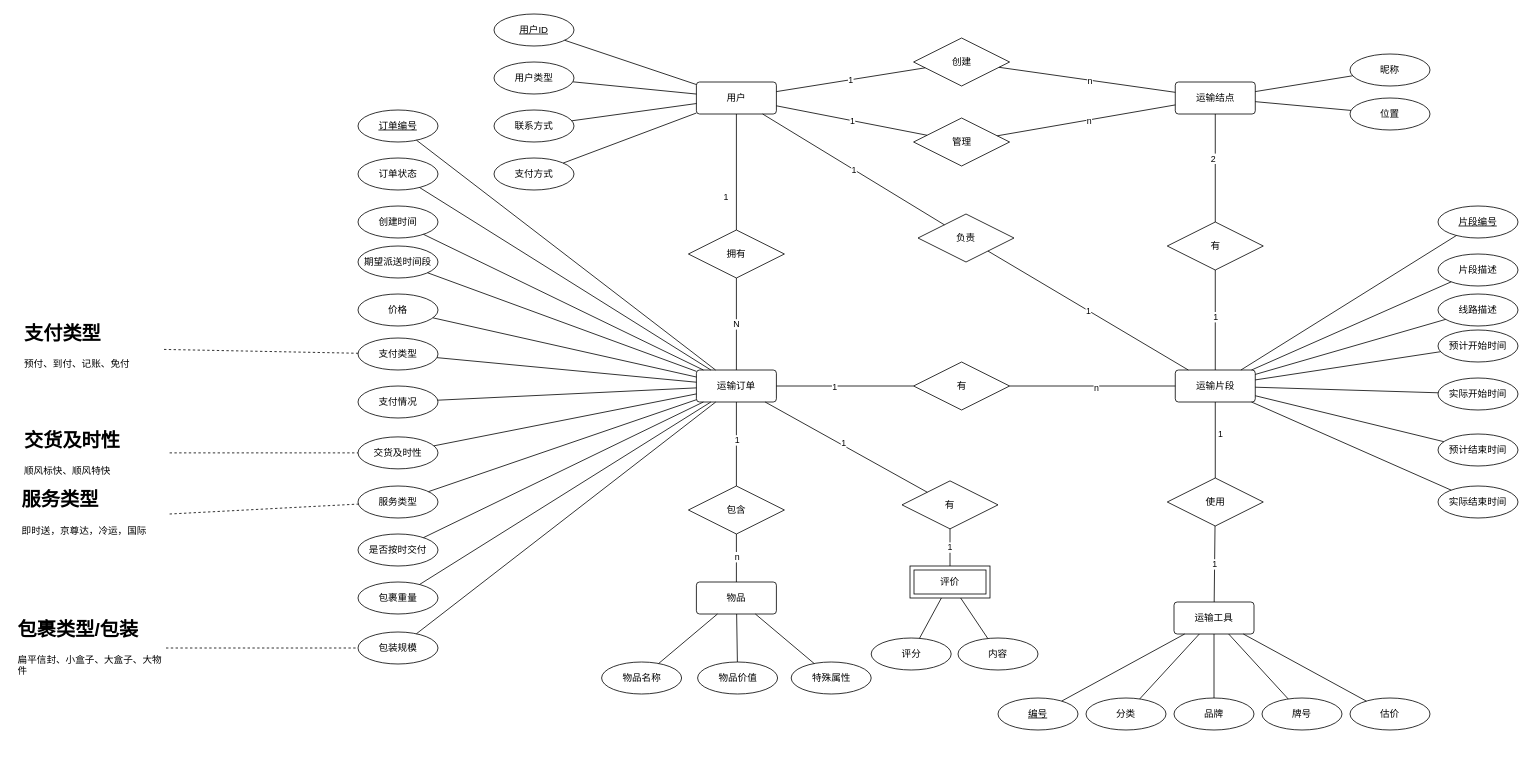
Above: doc/快递模型.drawio in loli0con/express (draw.io), before the change. Source tidied: cells renumbered, new cells numbered last; positions are measured from the earlier drawing's top-left corner, leaving out a move shared by most shapes. Both pictures are drawn from the tidied source at 80%, with x=0, y=0 at pixel (14, 14).
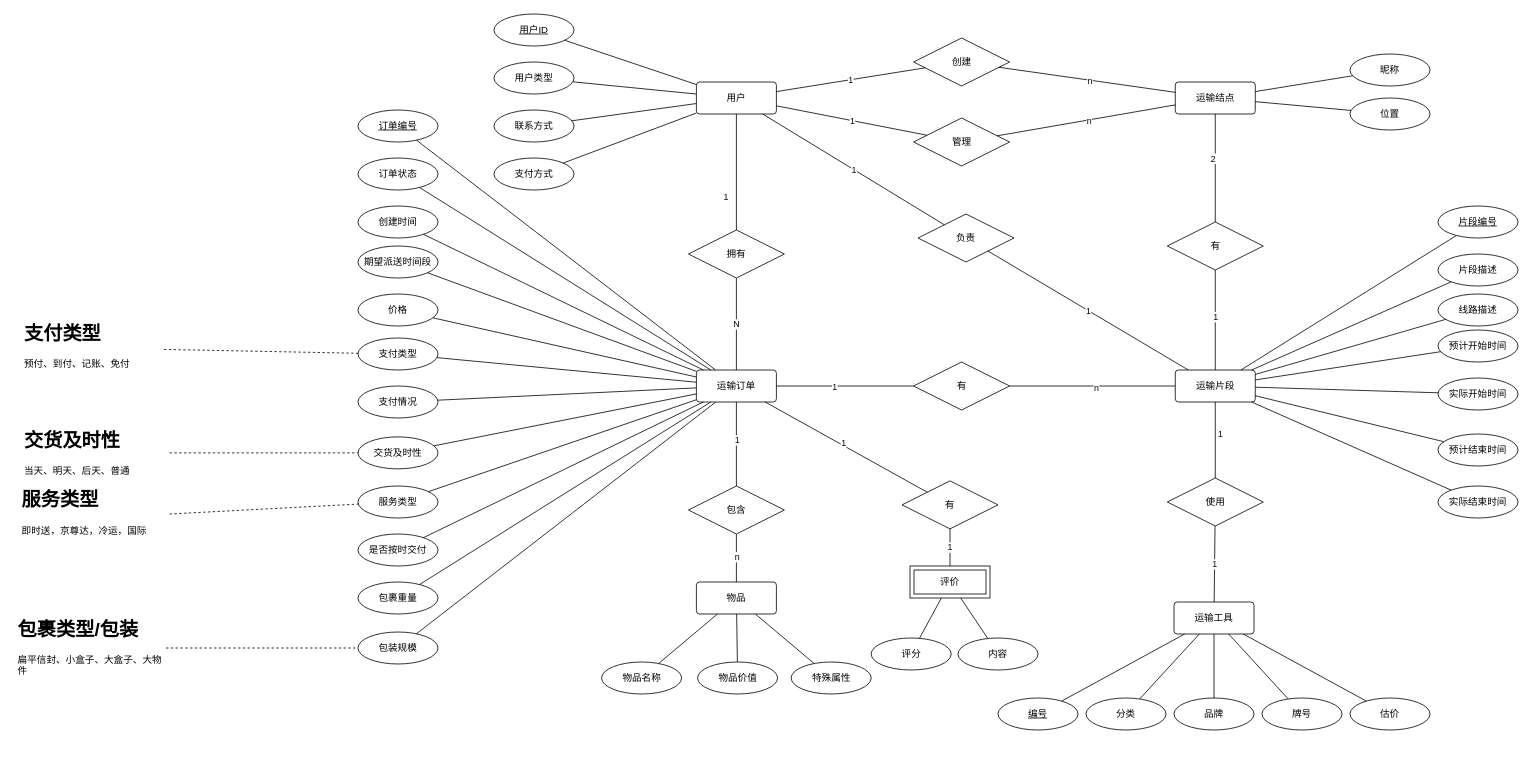
The same diagram, later.

Commit message (it also covers changes not shown here):
更新快递模型，readme新增内容

Change to the diagram source:
```diff
@@
-    <mxCell id="113" value="&lt;h1&gt;交货及时性&lt;/h1&gt;&lt;p&gt;顺风标快、顺风特快&lt;/p&gt;" style="text;html=1;strokeColor=none;fillColor=none;spacing=5;spacingTop=-20;whiteSpace=wrap;overflow=hidden;rounded=0;" parent="1" vertex="1">
+    <mxCell id="113" value="&lt;h1&gt;交货及时性&lt;/h1&gt;&lt;p&gt;当天、明天、后天、普通&lt;/p&gt;" style="text;html=1;strokeColor=none;fillColor=none;spacing=5;spacingTop=-20;whiteSpace=wrap;overflow=hidden;rounded=0;" parent="1" vertex="1">
       <mxGeometry x="7.5" y="513.6" width="187" height="70" as="geometry" />
     </mxCell>
```
